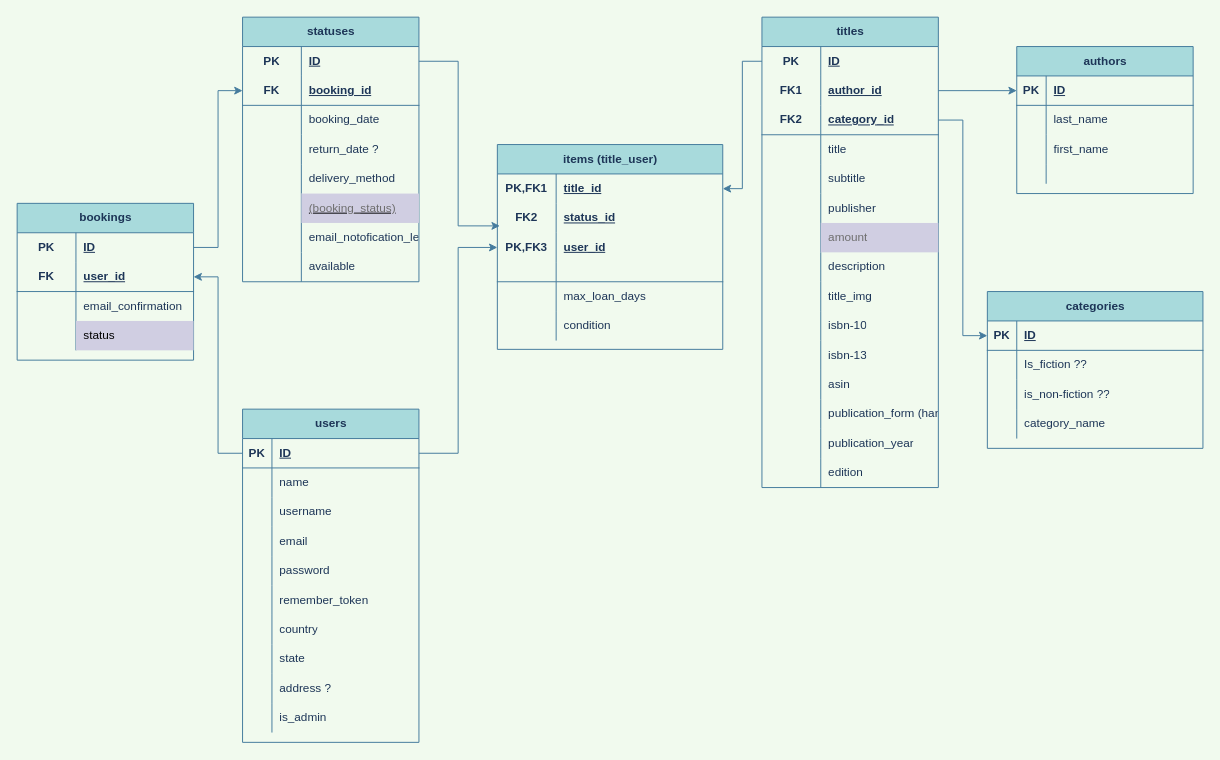
Earlier version of the draw.io diagram page "relation schema" (2 of 3) of unterlagen/er-model.drawio (fines01/XLib). Source tidied: cells renumbered, new cells numbered last; positions are measured from the earlier drawing's top-left corner, leaving out a move shared by most shapes. Both pictures are drawn from the tidied source at 98%, with x=0, y=0 at pixel (17, 17).
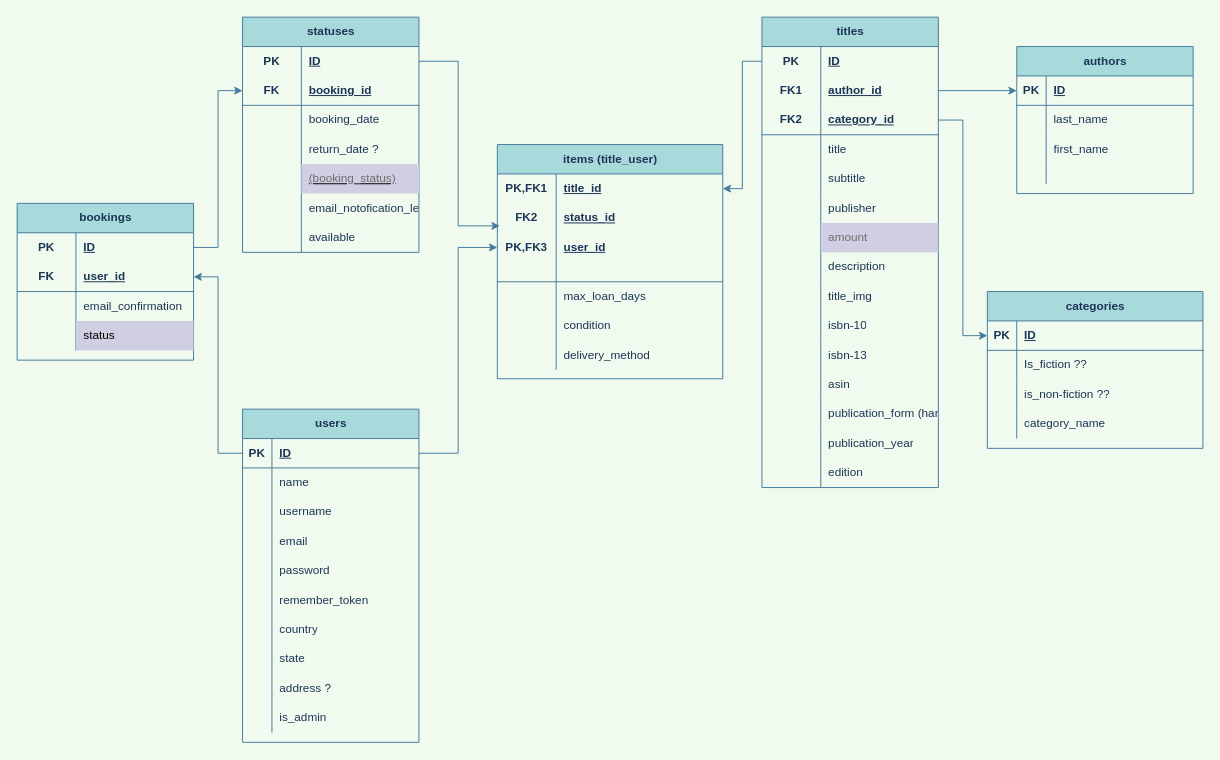
The same diagram, later.

What changed in the source:
```diff
@@
     <mxCell id="46" value="statuses" style="shape=table;startSize=30;childLayout=tableLayout;rowLines=0;fontStyle=1;align=center;sketch=0;labelBackgroundColor=none;labelBorderColor=none;html=1;fillColor=#A8DADC;strokeColor=#457B9D;fontColor=#1D3557;" parent="1" vertex="1">
-      <mxGeometry x="230" width="180" height="270" as="geometry" />
+      <mxGeometry x="230" width="180" height="240" as="geometry" />
     </mxCell>
@@
-    <mxCell id="59" style="shape=partialRectangle;fillColor=none;top=0;left=0;bottom=0;right=0;labelBackgroundColor=none;labelBorderColor=none;html=1;strokeColor=#457B9D;fontColor=#1D3557;" parent="46" vertex="1">
-      <mxGeometry y="150" width="180" height="30" as="geometry" />
-    </mxCell>
-    <mxCell id="60" style="shape=partialRectangle;fillColor=none;top=0;left=0;bottom=0;right=0;overflow=hidden;labelBackgroundColor=none;labelBorderColor=none;html=1;strokeColor=#457B9D;fontColor=#1D3557;" parent="59" vertex="1">
-      <mxGeometry width="60" height="30" as="geometry" />
-    </mxCell>
-    <mxCell id="61" value="delivery_method" style="shape=partialRectangle;fillColor=none;top=0;left=0;bottom=0;right=0;align=left;spacingLeft=6;overflow=hidden;labelBackgroundColor=none;labelBorderColor=none;html=1;strokeColor=#457B9D;fontColor=#1D3557;" parent="59" vertex="1">
-      <mxGeometry x="60" width="120" height="30" as="geometry" />
-    </mxCell>
     <mxCell id="62" style="shape=partialRectangle;fillColor=none;top=0;left=0;bottom=0;right=0;labelBackgroundColor=none;labelBorderColor=none;html=1;strokeColor=#457B9D;fontColor=#1D3557;" parent="46" vertex="1">
-      <mxGeometry y="180" width="180" height="30" as="geometry" />
+      <mxGeometry y="150" width="180" height="30" as="geometry" />
     </mxCell>
@@
     <mxCell id="65" style="shape=partialRectangle;fillColor=none;top=0;left=0;bottom=0;right=0;labelBackgroundColor=none;labelBorderColor=none;html=1;strokeColor=#457B9D;fontColor=#1D3557;" parent="46" vertex="1">
-      <mxGeometry y="210" width="180" height="30" as="geometry" />
+      <mxGeometry y="180" width="180" height="30" as="geometry" />
     </mxCell>
@@
     <mxCell id="68" style="shape=partialRectangle;fillColor=none;top=0;left=0;bottom=0;right=0;labelBackgroundColor=none;labelBorderColor=none;html=1;strokeColor=#457B9D;fontColor=#1D3557;" parent="46" vertex="1">
-      <mxGeometry y="240" width="180" height="30" as="geometry" />
+      <mxGeometry y="210" width="180" height="30" as="geometry" />
     </mxCell>
@@
     <mxCell id="71" value="items (title_user)" style="shape=table;startSize=30;childLayout=tableLayout;rowLines=0;fontStyle=1;align=center;labelBackgroundColor=none;sketch=0;labelBorderColor=none;html=1;fillColor=#A8DADC;strokeColor=#457B9D;fontColor=#1D3557;" parent="1" vertex="1">
-      <mxGeometry x="490" y="130" width="230" height="209" as="geometry" />
+      <mxGeometry x="490" y="130" width="230" height="239" as="geometry" />
     </mxCell>
@@
+    <mxCell id="169" style="shape=partialRectangle;fillColor=none;top=0;left=0;bottom=0;right=0;labelBackgroundColor=none;labelBorderColor=none;html=1;strokeColor=#457B9D;fontColor=#1D3557;" parent="71" vertex="1">
+      <mxGeometry y="200" width="230" height="30" as="geometry" />
+    </mxCell>
+    <mxCell id="60" style="shape=partialRectangle;fillColor=none;top=0;left=0;bottom=0;right=0;overflow=hidden;labelBackgroundColor=none;labelBorderColor=none;html=1;strokeColor=#457B9D;fontColor=#1D3557;" parent="169" vertex="1">
+      <mxGeometry width="60" height="30" as="geometry" />
+    </mxCell>
+    <mxCell id="61" value="delivery_method" style="shape=partialRectangle;fillColor=none;top=0;left=0;bottom=0;right=0;align=left;spacingLeft=6;overflow=hidden;labelBackgroundColor=none;labelBorderColor=none;html=1;strokeColor=#457B9D;fontColor=#1D3557;" parent="169" vertex="1">
+      <mxGeometry x="60" width="170" height="30" as="geometry" />
+    </mxCell>
```
